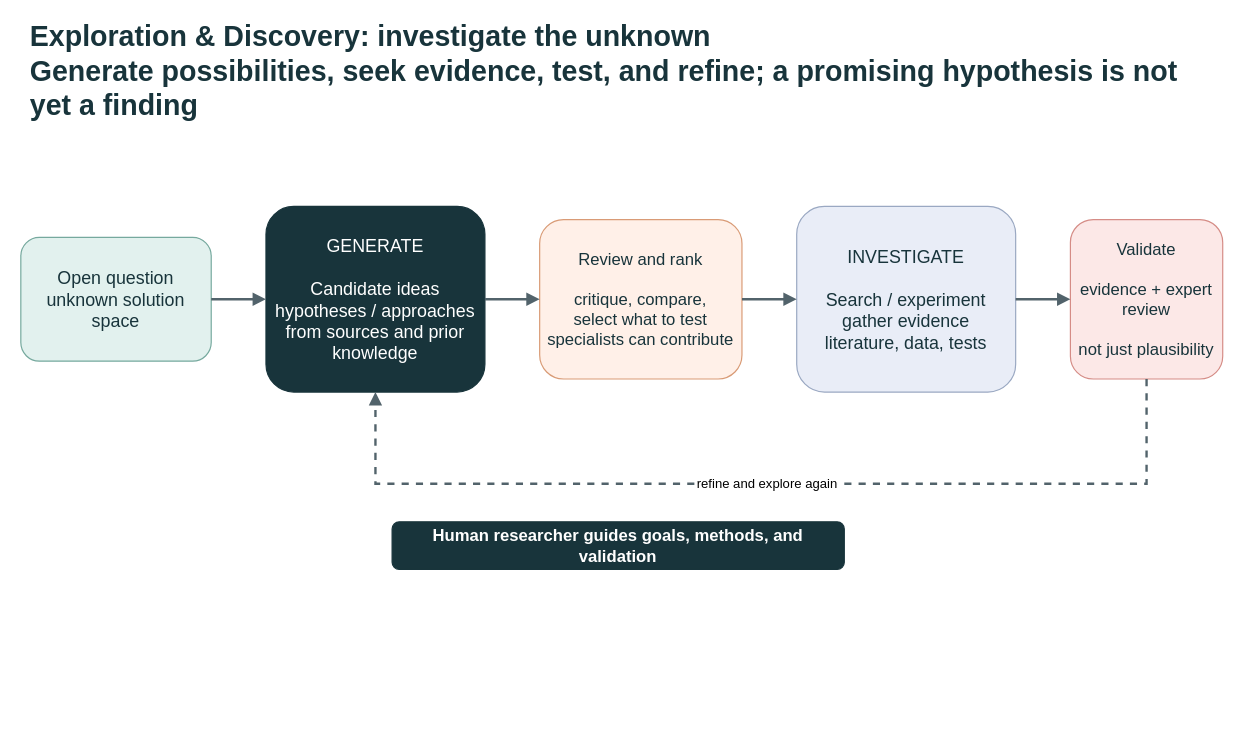
Earlier version of the draw.io diagram docs/images/exploration-discovery-visual-summary.drawio (evoiz/Agentic-Design-Patterns). Source tidied: cells renumbered, new cells numbered last; positions are measured from the earlier drawing's top-left corner, leaving out a move shared by most shapes. Both pictures are drawn from the tidied source at 119%, with x=0, y=0 at pixel (20, 35).
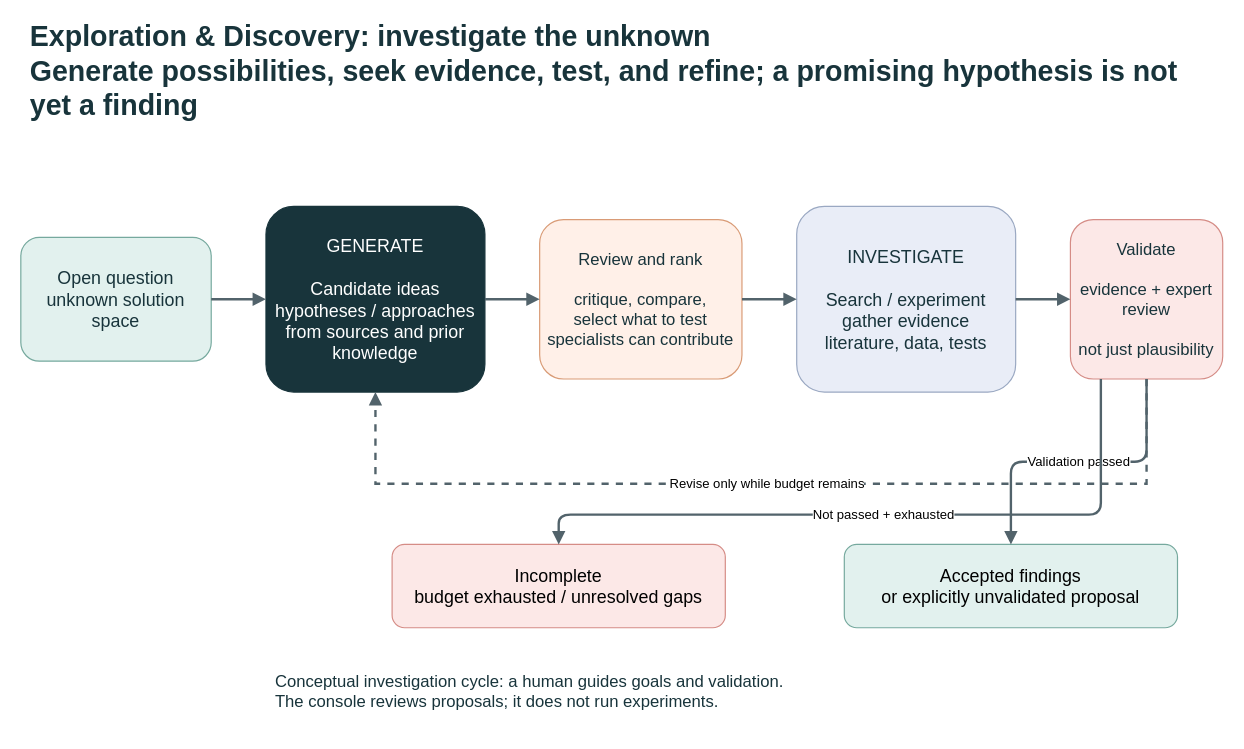
The same page after the edit.

The change refers to these unchanged cells:
```xml
<mxCell id="4" value="GENERATE&#10;&#10;Candidate ideas&#10;hypotheses / approaches&#10;from sources and prior knowledge" style="rounded=1;whiteSpace=wrap;html=1;fillColor=#18343B;strokeColor=#18343B;fontColor=#FFFFFF;fontSize=15;" parent="1" vertex="1">
  <mxGeometry x="206" y="144" width="184" height="156" as="geometry" />
</mxCell>
<mxCell id="7" value="Validate&#10;&#10;evidence + expert review&#10;&#10;not just plausibility" style="rounded=1;whiteSpace=wrap;html=1;fillColor=#FCE8E7;strokeColor=#D58C86;fontColor=#18343B;fontSize=14;" parent="1" vertex="1">
  <mxGeometry x="882" y="155" width="128" height="134" as="geometry" />
</mxCell>
```

Diff of the diagram source:
```diff
@@
-    <mxCell id="12" value="refine and explore again" style="edgeStyle=orthogonalEdgeStyle;rounded=0;jettySize=auto;html=1;endArrow=block;endFill=1;strokeColor=#52636B;strokeWidth=2;dashed=1;" parent="1" edge="1" source="7" target="4">
+    <mxCell id="12" value="Revise only while budget remains" style="edgeStyle=orthogonalEdgeStyle;rounded=0;html=1;endArrow=block;strokeColor=#52636B;strokeWidth=2;dashed=1;labelBackgroundColor=#FFFFFF;" parent="1" edge="1" source="7" target="4">
       <mxGeometry relative="1" as="geometry">
         <Array as="points">
           <mxPoint x="946" y="377" />
           <mxPoint x="298" y="377" />
         </Array>
       </mxGeometry>
     </mxCell>
-    <mxCell id="13" value="Human researcher guides goals, methods, and validation" style="rounded=1;whiteSpace=wrap;html=1;fillColor=#18343B;strokeColor=#18343B;fontColor=#FFFFFF;fontSize=14;fontStyle=1;" parent="1" vertex="1">
-      <mxGeometry x="312" y="409" width="380" height="40" as="geometry" />
+    <mxCell id="13" value="Conceptual investigation cycle: a human guides goals and validation.&#10;The console reviews proposals; it does not run experiments." style="text;whiteSpace=wrap;html=1;fontColor=#18343B;fontSize=14;" parent="1" vertex="1">
+      <mxGeometry x="212" y="528" width="650" height="55" as="geometry" />
     </mxCell>
+    <mxCell id="14" value="Accepted findings&#10;or explicitly unvalidated proposal" style="rounded=1;whiteSpace=wrap;html=1;fillColor=#E2F1EE;strokeColor=#76A99E;fontSize=15;" parent="1" vertex="1">
+      <mxGeometry x="692" y="428" width="280" height="70" as="geometry" />
+    </mxCell>
+    <mxCell id="15" value="Incomplete&#10;budget exhausted / unresolved gaps" style="rounded=1;whiteSpace=wrap;html=1;fillColor=#FCE8E7;strokeColor=#D58C86;fontSize=15;" parent="1" vertex="1">
+      <mxGeometry x="312" y="428" width="280" height="70" as="geometry" />
+    </mxCell>
+    <mxCell id="16" value="Validation passed" style="edgeStyle=orthogonalEdgeStyle;html=1;endArrow=block;strokeColor=#52636B;strokeWidth=2;labelBackgroundColor=#FFFFFF;" parent="1" edge="1" source="7" target="14">
+      <mxGeometry relative="1" as="geometry" />
+    </mxCell>
+    <mxCell id="17" value="Not passed + exhausted" style="edgeStyle=orthogonalEdgeStyle;html=1;endArrow=block;strokeColor=#52636B;strokeWidth=2;exitX=0.2;exitY=1;entryX=0.5;entryY=0;labelBackgroundColor=#FFFFFF;" parent="1" edge="1" source="7" target="15">
+      <mxGeometry relative="1" as="geometry">
+        <Array as="points">
+          <mxPoint x="907" y="403" />
+          <mxPoint x="452" y="403" />
+        </Array>
+      </mxGeometry>
+    </mxCell>
```
